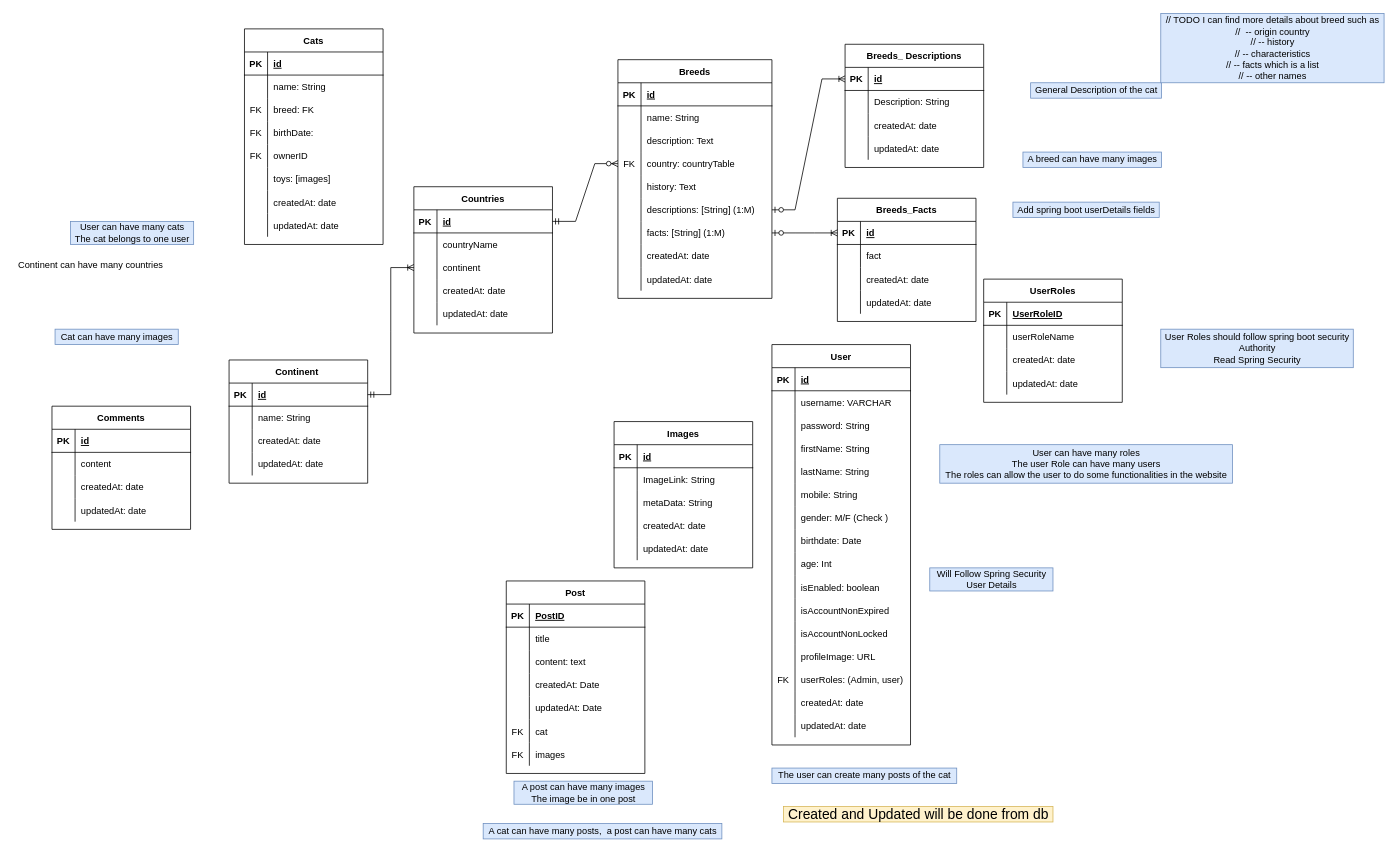
Before: documentation/diagrams/database/ERD.drawio in not9ahmed/cats-finder, a draw.io diagram. Source tidied: cells renumbered, new cells numbered last; positions are measured from the earlier drawing's top-left corner, leaving out a move shared by most shapes. Both pictures are drawn from the tidied source at 77%, with x=0, y=0 at pixel (13, 13).
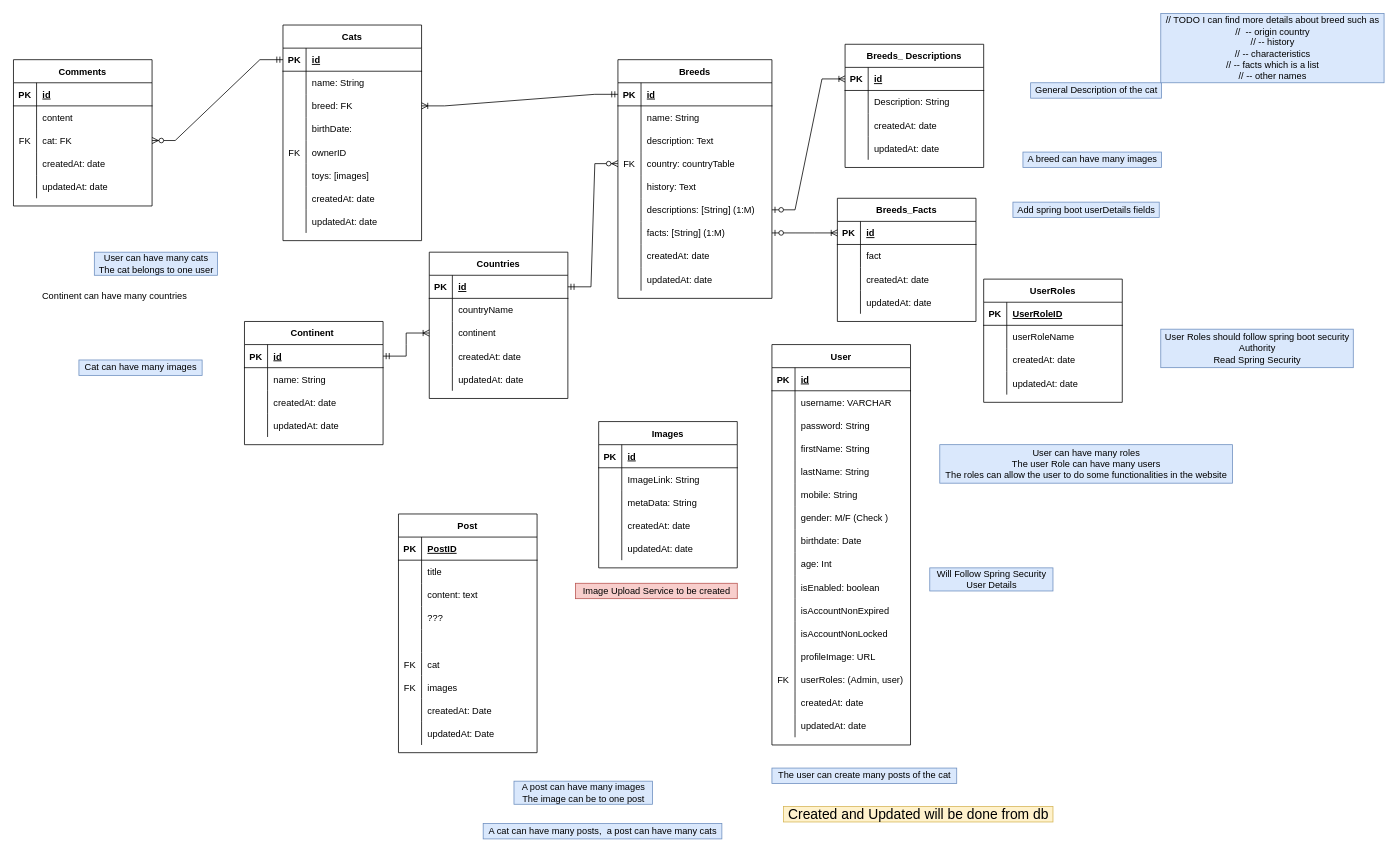
The same diagram, later.

Commit message (it also covers changes not shown here):
added relationships, but Post and User not done

The change refers to these unchanged cells:
```xml
<mxCell id="3" style="shape=tableRow;horizontal=0;startSize=0;swimlaneHead=0;swimlaneBody=0;fillColor=none;points=[[0,0.5],[1,0.5]];portConstraint=eastwest;top=0;left=0;right=0;bottom=1;" parent="2" vertex="1">
  <mxGeometry y="30" width="180" height="30" as="geometry" />
</mxCell>
<mxCell id="9" style="shape=tableRow;horizontal=0;startSize=0;swimlaneHead=0;swimlaneBody=0;fillColor=none;points=[[0,0.5],[1,0.5]];portConstraint=eastwest;top=0;left=0;right=0;bottom=0;" parent="2" vertex="1">
  <mxGeometry y="90" width="180" height="30" as="geometry" />
</mxCell>
<mxCell id="12" style="shape=tableRow;horizontal=0;startSize=0;swimlaneHead=0;swimlaneBody=0;fillColor=none;top=0;left=0;right=0;bottom=0;" parent="2" vertex="1">
  <mxGeometry y="120" width="180" height="30" as="geometry" />
</mxCell>
<mxCell id="70" style="shape=tableRow;horizontal=0;startSize=0;swimlaneHead=0;swimlaneBody=0;fillColor=none;top=0;left=0;right=0;bottom=0;" parent="60" vertex="1">
  <mxGeometry y="120" width="180" height="30" as="geometry" />
</mxCell>
<mxCell id="73" style="shape=tableRow;horizontal=0;startSize=0;swimlaneHead=0;swimlaneBody=0;fillColor=none;top=0;left=0;right=0;bottom=0;" parent="60" vertex="1">
  <mxGeometry y="150" width="180" height="30" as="geometry" />
</mxCell>
<mxCell id="86" style="shape=tableRow;horizontal=0;startSize=0;swimlaneHead=0;swimlaneBody=0;fillColor=none;points=[[0,0.5],[1,0.5]];portConstraint=eastwest;top=0;left=0;right=0;bottom=1;" parent="85" vertex="1">
  <mxGeometry y="30" width="200" height="30" as="geometry" />
</mxCell>
<mxCell id="205" style="shape=tableRow;horizontal=0;startSize=0;swimlaneHead=0;swimlaneBody=0;fillColor=none;points=[[0,0.5],[1,0.5]];portConstraint=eastwest;top=0;left=0;right=0;bottom=0;" parent="198" vertex="1">
  <mxGeometry y="90" width="180" height="30" as="geometry" />
</mxCell>
<mxCell id="208" style="shape=tableRow;horizontal=0;startSize=0;swimlaneHead=0;swimlaneBody=0;fillColor=none;top=0;left=0;right=0;bottom=0;" parent="198" vertex="1">
  <mxGeometry y="120" width="180" height="30" as="geometry" />
</mxCell>
```

Change to the diagram source:
```diff
@@
     <mxCell id="2" value="Cats" style="shape=table;startSize=30;childLayout=tableLayout;rowLines=0;fontStyle=1;align=center;" parent="1" vertex="1">
-      <mxGeometry x="300" y="20" width="180" height="280" as="geometry" />
+      <mxGeometry x="350" y="15" width="180" height="280" as="geometry" />
     </mxCell>
@@
-    <mxCell id="10" value="FK" style="shape=partialRectangle;fillColor=none;top=0;left=0;bottom=0;right=0;overflow=hidden;" parent="9" vertex="1">
+    <mxCell id="10" style="shape=partialRectangle;fillColor=none;top=0;left=0;bottom=0;right=0;overflow=hidden;" parent="9" vertex="1">
       <mxGeometry width="30" height="30" as="geometry" />
     </mxCell>
@@
-    <mxCell id="13" value="FK" style="shape=partialRectangle;fillColor=none;top=0;left=0;bottom=0;right=0;overflow=hidden;" parent="12" vertex="1">
+    <mxCell id="13" style="shape=partialRectangle;fillColor=none;top=0;left=0;bottom=0;right=0;overflow=hidden;" parent="12" vertex="1">
       <mxGeometry width="30" height="30" as="geometry" />
     </mxCell>
@@
     <mxCell id="41" value="Images" style="shape=table;startSize=30;childLayout=tableLayout;rowLines=0;fontStyle=1;align=center;" parent="1" vertex="1">
-      <mxGeometry x="780" y="530" width="180" height="190" as="geometry" />
+      <mxGeometry x="760" y="530" width="180" height="190" as="geometry" />
     </mxCell>
@@
     <mxCell id="58" value="User can have many cats&lt;br&gt;The cat belongs to one user" style="text;html=1;align=center;verticalAlign=middle;strokeColor=#6c8ebf;fillColor=#dae8fc;" parent="1" vertex="1">
-      <mxGeometry x="74" y="270" width="160" height="30" as="geometry" />
+      <mxGeometry x="105" y="310" width="160" height="30" as="geometry" />
     </mxCell>
     <mxCell id="59" value="Cat can have many images" style="text;html=1;align=center;verticalAlign=middle;strokeColor=#6c8ebf;fillColor=#dae8fc;" parent="1" vertex="1">
-      <mxGeometry x="54" y="410" width="160" height="20" as="geometry" />
+      <mxGeometry x="85" y="450" width="160" height="20" as="geometry" />
     </mxCell>
     <mxCell id="60" value="Post" style="shape=table;startSize=30;childLayout=tableLayout;rowLines=0;fontStyle=1;align=center;" parent="1" vertex="1">
-      <mxGeometry x="640" y="737" width="180" height="250" as="geometry" />
+      <mxGeometry x="500" y="650" width="180" height="310" as="geometry" />
     </mxCell>
@@
-    <mxCell id="72" value="createdAt: Date" style="shape=partialRectangle;fillColor=none;top=0;left=0;bottom=0;right=0;align=left;spacingLeft=6;overflow=hidden;" parent="70" vertex="1">
+    <mxCell id="72" value="???" style="shape=partialRectangle;fillColor=none;top=0;left=0;bottom=0;right=0;align=left;spacingLeft=6;overflow=hidden;" parent="70" vertex="1">
       <mxGeometry x="30" width="150" height="30" as="geometry" />
     </mxCell>
@@
-    <mxCell id="75" value="updatedAt: Date" style="shape=partialRectangle;fillColor=none;top=0;left=0;bottom=0;right=0;align=left;spacingLeft=6;overflow=hidden;" parent="73" vertex="1">
+    <mxCell id="75" style="shape=partialRectangle;fillColor=none;top=0;left=0;bottom=0;right=0;align=left;spacingLeft=6;overflow=hidden;" parent="73" vertex="1">
       <mxGeometry x="30" width="150" height="30" as="geometry" />
     </mxCell>
@@
+    <mxCell id="241" style="shape=tableRow;horizontal=0;startSize=0;swimlaneHead=0;swimlaneBody=0;fillColor=none;top=0;left=0;right=0;bottom=0;" parent="60" vertex="1">
+      <mxGeometry y="240" width="180" height="30" as="geometry" />
+    </mxCell>
+    <mxCell id="242" style="shape=partialRectangle;fillColor=none;top=0;left=0;bottom=0;right=0;overflow=hidden;" parent="241" vertex="1">
+      <mxGeometry width="30" height="30" as="geometry" />
+    </mxCell>
+    <mxCell id="243" value="createdAt: Date" style="shape=partialRectangle;fillColor=none;top=0;left=0;bottom=0;right=0;align=left;spacingLeft=6;overflow=hidden;" parent="241" vertex="1">
+      <mxGeometry x="30" width="150" height="30" as="geometry" />
+    </mxCell>
+    <mxCell id="244" style="shape=tableRow;horizontal=0;startSize=0;swimlaneHead=0;swimlaneBody=0;fillColor=none;top=0;left=0;right=0;bottom=0;" parent="60" vertex="1">
+      <mxGeometry y="270" width="180" height="30" as="geometry" />
+    </mxCell>
+    <mxCell id="245" style="shape=partialRectangle;fillColor=none;top=0;left=0;bottom=0;right=0;overflow=hidden;" parent="244" vertex="1">
+      <mxGeometry width="30" height="30" as="geometry" />
+    </mxCell>
+    <mxCell id="246" value="updatedAt: Date" style="shape=partialRectangle;fillColor=none;top=0;left=0;bottom=0;right=0;align=left;spacingLeft=6;overflow=hidden;" parent="244" vertex="1">
+      <mxGeometry x="30" width="150" height="30" as="geometry" />
+    </mxCell>
@@
-    <mxCell id="83" value="A post can have many images&lt;br&gt;The image be in one post" style="text;html=1;align=center;verticalAlign=middle;strokeColor=#6c8ebf;fillColor=#dae8fc;" parent="1" vertex="1">
+    <mxCell id="83" value="A post can have many images&lt;br&gt;The image can be to one post" style="text;html=1;align=center;verticalAlign=middle;strokeColor=#6c8ebf;fillColor=#dae8fc;" parent="1" vertex="1">
       <mxGeometry x="650" y="997" width="180" height="30" as="geometry" />
     </mxCell>
@@
     <mxCell id="164" value="Countries" style="shape=table;startSize=30;childLayout=tableLayout;rowLines=0;fontStyle=1;align=center;" parent="1" vertex="1">
-      <mxGeometry x="520" y="225" width="180" height="190" as="geometry" />
+      <mxGeometry x="540" y="310" width="180" height="190" as="geometry" />
     </mxCell>
@@
     <mxCell id="180" value="Continent " style="shape=table;startSize=30;childLayout=tableLayout;rowLines=0;fontStyle=1;align=center;" parent="1" vertex="1">
-      <mxGeometry x="280" y="450" width="180" height="160" as="geometry" />
+      <mxGeometry x="300" y="400" width="180" height="160" as="geometry" />
     </mxCell>
@@
     <mxCell id="196" value="&lt;font style=&quot;font-size: 12px&quot;&gt;Continent can have many countries&lt;/font&gt;" style="text;html=1;align=center;verticalAlign=middle;strokeColor=none;fillColor=none;fontSize=18;" parent="1" vertex="1">
-      <mxGeometry y="310" width="200" height="30" as="geometry" />
+      <mxGeometry x="31" y="350" width="200" height="30" as="geometry" />
     </mxCell>
@@
     <mxCell id="198" value="Comments" style="shape=table;startSize=30;childLayout=tableLayout;rowLines=0;fontStyle=1;align=center;" parent="1" vertex="1">
-      <mxGeometry x="50" y="510" width="180" height="160" as="geometry" />
+      <mxGeometry y="60" width="180" height="190" as="geometry" />
     </mxCell>
@@
-    <mxCell id="206" style="shape=partialRectangle;fillColor=none;top=0;left=0;bottom=0;right=0;overflow=hidden;" parent="205" vertex="1">
+    <mxCell id="206" value="FK" style="shape=partialRectangle;fillColor=none;top=0;left=0;bottom=0;right=0;overflow=hidden;" parent="205" vertex="1">
       <mxGeometry width="30" height="30" as="geometry" />
     </mxCell>
-    <mxCell id="207" value="createdAt: date" style="shape=partialRectangle;fillColor=none;top=0;left=0;bottom=0;right=0;align=left;spacingLeft=6;overflow=hidden;" parent="205" vertex="1">
+    <mxCell id="207" value="cat: FK" style="shape=partialRectangle;fillColor=none;top=0;left=0;bottom=0;right=0;align=left;spacingLeft=6;overflow=hidden;" parent="205" vertex="1">
       <mxGeometry x="30" width="150" height="30" as="geometry" />
     </mxCell>
@@
-    <mxCell id="210" value="updatedAt: date" style="shape=partialRectangle;fillColor=none;top=0;left=0;bottom=0;right=0;align=left;spacingLeft=6;overflow=hidden;" parent="208" vertex="1">
+    <mxCell id="210" value="createdAt: date" style="shape=partialRectangle;fillColor=none;top=0;left=0;bottom=0;right=0;align=left;spacingLeft=6;overflow=hidden;" parent="208" vertex="1">
       <mxGeometry x="30" width="150" height="30" as="geometry" />
     </mxCell>
+    <mxCell id="247" style="shape=tableRow;horizontal=0;startSize=0;swimlaneHead=0;swimlaneBody=0;fillColor=none;top=0;left=0;right=0;bottom=0;" parent="198" vertex="1">
+      <mxGeometry y="150" width="180" height="30" as="geometry" />
+    </mxCell>
+    <mxCell id="248" style="shape=partialRectangle;fillColor=none;top=0;left=0;bottom=0;right=0;overflow=hidden;" parent="247" vertex="1">
+      <mxGeometry width="30" height="30" as="geometry" />
+    </mxCell>
+    <mxCell id="249" value="updatedAt: date" style="shape=partialRectangle;fillColor=none;top=0;left=0;bottom=0;right=0;align=left;spacingLeft=6;overflow=hidden;" parent="247" vertex="1">
+      <mxGeometry x="30" width="150" height="30" as="geometry" />
+    </mxCell>
@@
+    <mxCell id="250" style="edgeStyle=entityRelationEdgeStyle;fontSize=12;html=1;endArrow=ERoneToMany;startArrow=ERmandOne;rounded=0;fontColor=#000000;entryX=1;entryY=0.5;entryDx=0;entryDy=0;exitX=0;exitY=0.5;exitDx=0;exitDy=0;" parent="1" edge="1" source="86" target="9">
+      <mxGeometry relative="1" as="geometry" />
+    </mxCell>
+    <mxCell id="251" style="edgeStyle=entityRelationEdgeStyle;fontSize=12;html=1;endArrow=ERzeroToMany;startArrow=ERmandOne;rounded=0;fontColor=#000000;exitX=0;exitY=0.5;exitDx=0;exitDy=0;entryX=1;entryY=0.5;entryDx=0;entryDy=0;" parent="1" edge="1" source="3" target="205">
+      <mxGeometry relative="1" as="geometry" />
+    </mxCell>
+    <mxCell id="252" value="Image Upload Service to be created" style="text;html=1;align=center;verticalAlign=middle;strokeColor=#b85450;fillColor=#f8cecc;" parent="1" vertex="1">
+      <mxGeometry x="730" y="740" width="210" height="20" as="geometry" />
+    </mxCell>
```
